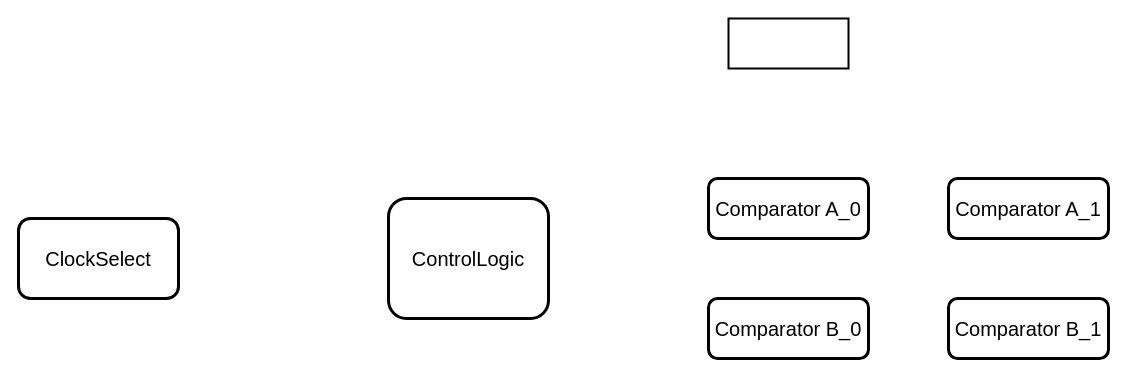
Above: 8bit_Timer.drawio in phat-tech123/8-bit-Timer (draw.io), before the change. Source tidied: cells renumbered, new cells numbered last; positions are measured from the earlier drawing's top-left corner, leaving out a move shared by most shapes. Both pictures are drawn from the tidied source at 100%, with x=0, y=0 at pixel (18, 18).
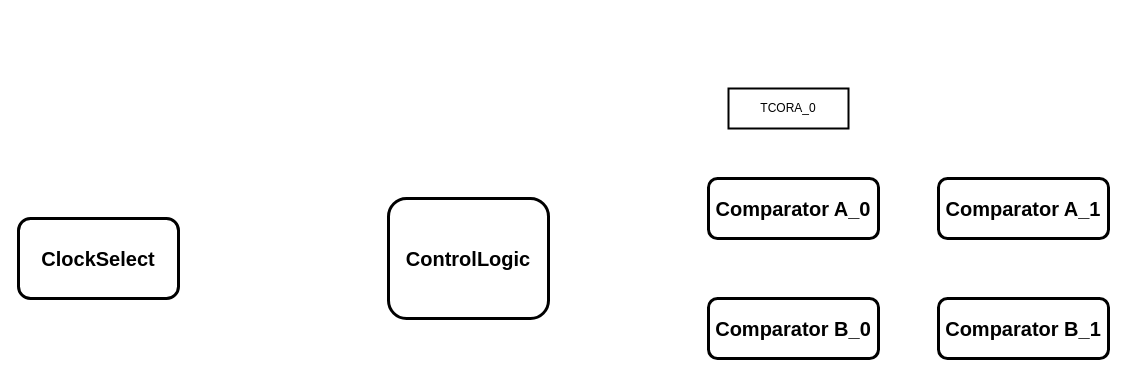
After the change.

What changed in the source:
```diff
@@
 <mxGraphModel>
   <root>
     <mxCell id="0" />
     <mxCell id="1" parent="0" />
-    <mxCell id="2" value="&lt;font style=&quot;font-size: 20px;&quot;&gt;&lt;span&gt;ClockSelect&lt;/span&gt;&lt;/font&gt;" style="rounded=1;whiteSpace=wrap;html=1;fontStyle=0;strokeWidth=3;" parent="1" vertex="1">
+    <mxCell id="2" value="&lt;font style=&quot;font-size: 20px;&quot;&gt;&lt;span&gt;ClockSelect&lt;/span&gt;&lt;/font&gt;" style="rounded=1;whiteSpace=wrap;html=1;fontStyle=1;strokeWidth=3;" parent="1" vertex="1">
       <mxGeometry y="200" width="160" height="80" as="geometry" />
     </mxCell>
-    <mxCell id="3" value="&lt;font style=&quot;font-size: 20px;&quot;&gt;ControlLogic&lt;/font&gt;" style="rounded=1;whiteSpace=wrap;html=1;strokeWidth=3;" parent="1" vertex="1">
+    <mxCell id="3" value="&lt;font style=&quot;font-size: 20px;&quot;&gt;ControlLogic&lt;/font&gt;" style="rounded=1;whiteSpace=wrap;html=1;strokeWidth=3;fontStyle=1;" parent="1" vertex="1">
       <mxGeometry x="370" y="180" width="160" height="120" as="geometry" />
     </mxCell>
-    <mxCell id="4" value="&lt;font style=&quot;font-size: 20px;&quot;&gt;Comparator A_0&lt;/font&gt;" style="rounded=1;whiteSpace=wrap;html=1;strokeWidth=3;" parent="1" vertex="1">
-      <mxGeometry x="690" y="160" width="160" height="60" as="geometry" />
+    <mxCell id="4" value="&lt;font style=&quot;font-size: 20px;&quot;&gt;Comparator A_0&lt;/font&gt;" style="rounded=1;whiteSpace=wrap;html=1;strokeWidth=3;fontStyle=1;" parent="1" vertex="1">
+      <mxGeometry x="690" y="160" width="170" height="60" as="geometry" />
     </mxCell>
-    <mxCell id="5" value="&lt;font style=&quot;font-size: 20px;&quot;&gt;Comparator A_1&lt;/font&gt;" style="rounded=1;whiteSpace=wrap;html=1;strokeWidth=3;" parent="1" vertex="1">
-      <mxGeometry x="930" y="160" width="160" height="60" as="geometry" />
+    <mxCell id="5" value="&lt;font style=&quot;font-size: 20px;&quot;&gt;Comparator A_1&lt;/font&gt;" style="rounded=1;whiteSpace=wrap;html=1;strokeWidth=3;fontStyle=1;" parent="1" vertex="1">
+      <mxGeometry x="920" y="160" width="170" height="60" as="geometry" />
     </mxCell>
-    <mxCell id="6" value="&lt;font style=&quot;font-size: 20px;&quot;&gt;Comparator B_0&lt;/font&gt;" style="rounded=1;whiteSpace=wrap;html=1;strokeWidth=3;" parent="1" vertex="1">
-      <mxGeometry x="690" y="280" width="160" height="60" as="geometry" />
+    <mxCell id="6" value="&lt;font style=&quot;font-size: 20px;&quot;&gt;Comparator B_0&lt;/font&gt;" style="rounded=1;whiteSpace=wrap;html=1;strokeWidth=3;fontStyle=1;" parent="1" vertex="1">
+      <mxGeometry x="690" y="280" width="170" height="60" as="geometry" />
     </mxCell>
-    <mxCell id="7" value="&lt;font style=&quot;font-size: 20px;&quot;&gt;Comparator B_1&lt;/font&gt;" style="rounded=1;whiteSpace=wrap;html=1;strokeWidth=3;" parent="1" vertex="1">
-      <mxGeometry x="930" y="280" width="160" height="60" as="geometry" />
+    <mxCell id="7" value="&lt;font style=&quot;font-size: 20px;&quot;&gt;Comparator B_1&lt;/font&gt;" style="rounded=1;whiteSpace=wrap;html=1;strokeWidth=3;fontStyle=1;" parent="1" vertex="1">
+      <mxGeometry x="920" y="280" width="170" height="60" as="geometry" />
     </mxCell>
-    <mxCell id="8" style="rounded=0;whiteSpace=wrap;html=1;strokeWidth=2;" parent="1" vertex="1">
-      <mxGeometry x="710" width="120" height="50" as="geometry" />
+    <mxCell id="8" value="TCORA_0" style="rounded=0;whiteSpace=wrap;html=1;strokeWidth=2;" parent="1" vertex="1">
+      <mxGeometry x="710" y="70" width="120" height="40" as="geometry" />
     </mxCell>
   </root>
 </mxGraphModel>
```
